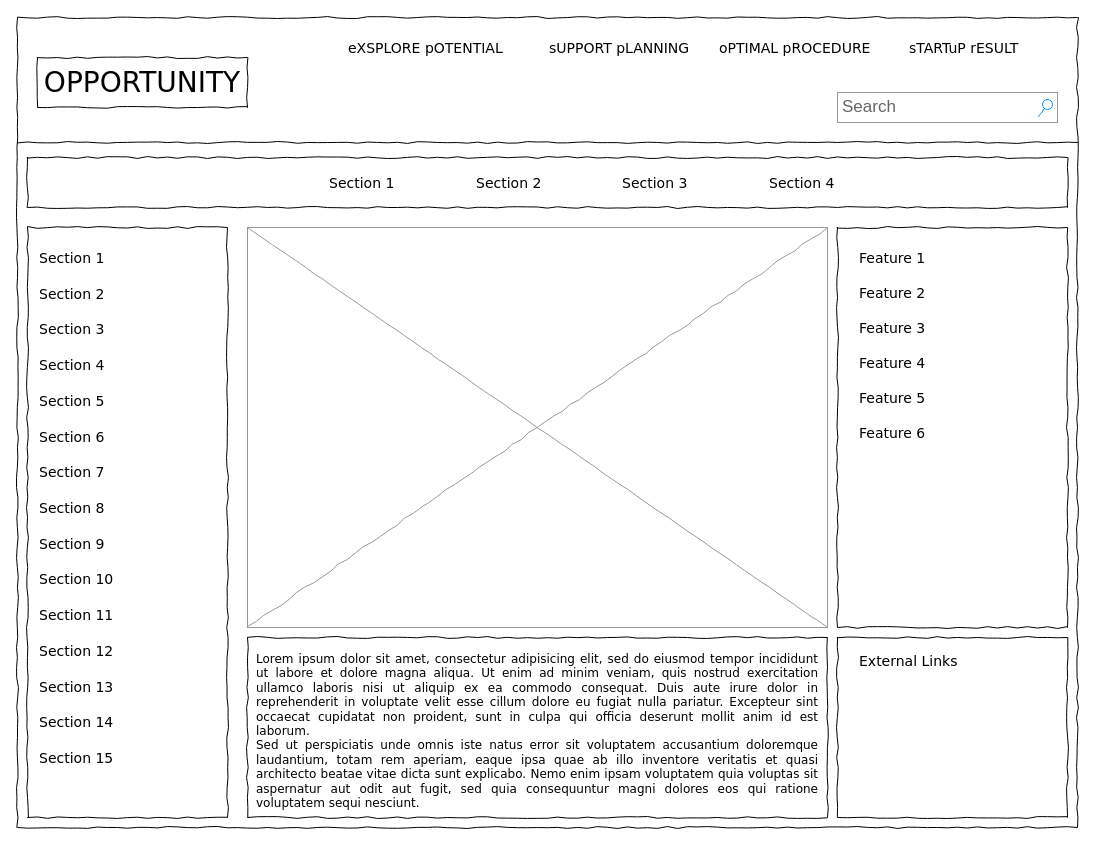
The draw.io diagram Untitled Diagram.drawio in fabiarsi/Breescorefine, before the edit. Source tidied: cells renumbered, new cells numbered last; positions are measured from the earlier drawing's top-left corner, leaving out a move shared by most shapes. Both pictures are drawn from the tidied source at 100%, with x=0, y=0 at pixel (17, 17).
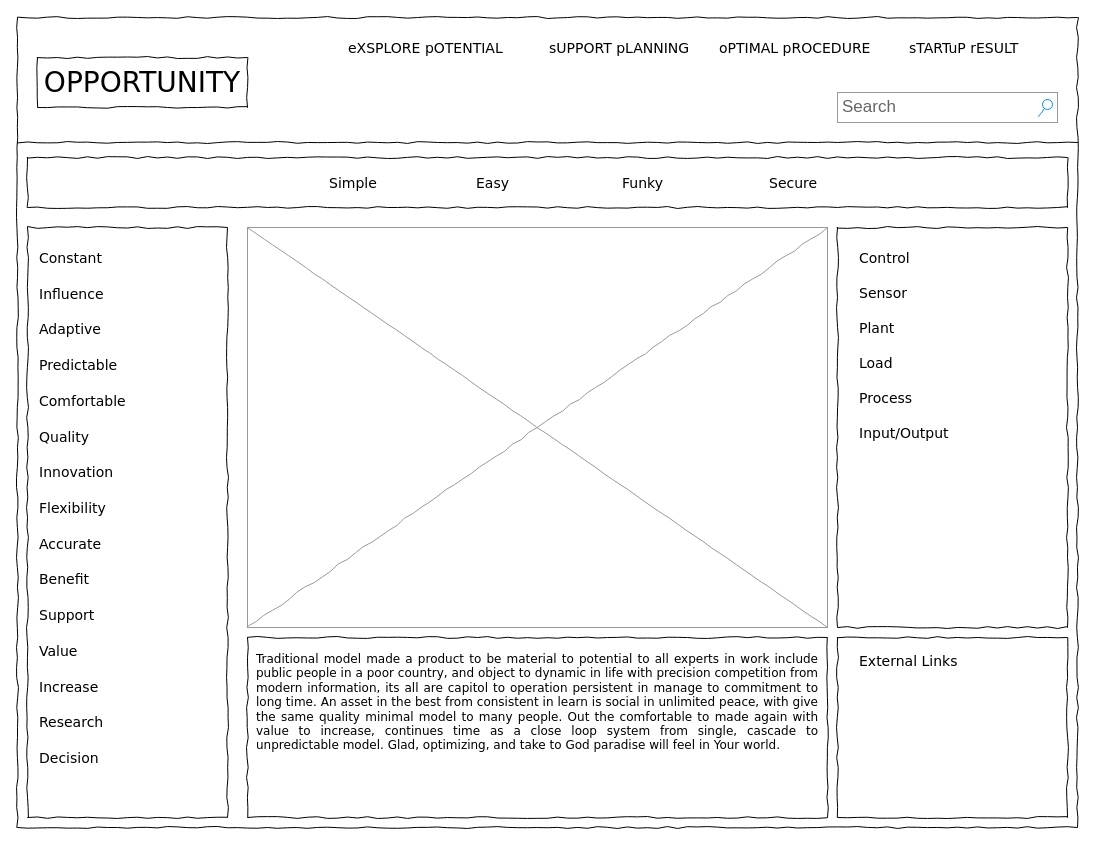
Above is the later version.

What changed in the source:
```diff
@@
-    <mxCell id="12" value="Section 1" style="text;html=1;align=left;verticalAlign=top;spacingTop=-4;fontSize=14;fontFamily=Verdana;" parent="1" vertex="1">
+    <mxCell id="12" value="Simple" style="text;html=1;align=left;verticalAlign=top;spacingTop=-4;fontSize=14;fontFamily=Verdana;" parent="1" vertex="1">
       <mxGeometry x="310" y="155" width="60" height="20" as="geometry" />
     </mxCell>
-    <mxCell id="13" value="Section 2" style="text;html=1;align=left;verticalAlign=top;spacingTop=-4;fontSize=14;fontFamily=Verdana;" parent="1" vertex="1">
+    <mxCell id="13" value="Easy" style="text;html=1;align=left;verticalAlign=top;spacingTop=-4;fontSize=14;fontFamily=Verdana;" parent="1" vertex="1">
       <mxGeometry x="457" y="155" width="60" height="20" as="geometry" />
     </mxCell>
-    <mxCell id="14" value="Section 3" style="text;html=1;align=left;verticalAlign=top;spacingTop=-4;fontSize=14;fontFamily=Verdana;" parent="1" vertex="1">
+    <mxCell id="14" value="Funky" style="text;html=1;align=left;verticalAlign=top;spacingTop=-4;fontSize=14;fontFamily=Verdana;" parent="1" vertex="1">
       <mxGeometry x="603" y="155" width="60" height="20" as="geometry" />
     </mxCell>
-    <mxCell id="15" value="Section 4" style="text;html=1;align=left;verticalAlign=top;spacingTop=-4;fontSize=14;fontFamily=Verdana;" parent="1" vertex="1">
+    <mxCell id="15" value="Secure" style="text;html=1;align=left;verticalAlign=top;spacingTop=-4;fontSize=14;fontFamily=Verdana;" parent="1" vertex="1">
       <mxGeometry x="750" y="155" width="60" height="20" as="geometry" />
     </mxCell>
-    <mxCell id="16" value="&lt;div style=&quot;text-align: justify&quot;&gt;&lt;span&gt;Lorem ipsum dolor sit amet, consectetur adipisicing elit, sed do eiusmod tempor incididunt ut labore et dolore magna aliqua. Ut enim ad minim veniam, quis nostrud exercitation ullamco laboris nisi ut aliquip ex ea commodo consequat. Duis aute irure dolor in reprehenderit in voluptate velit esse cillum dolore eu fugiat nulla pariatur. Excepteur sint occaecat cupidatat non proident, sunt in culpa qui officia deserunt mollit anim id est laborum.&lt;/span&gt;&lt;/div&gt;&lt;div style=&quot;text-align: justify&quot;&gt;&lt;span&gt;Sed ut perspiciatis unde omnis iste natus error sit voluptatem accusantium doloremque laudantium, totam rem aperiam, eaque ipsa quae ab illo inventore veritatis et quasi architecto beatae vitae dicta sunt explicabo. Nemo enim ipsam voluptatem quia voluptas sit aspernatur aut odit aut fugit, sed quia consequuntur magni dolores eos qui ratione voluptatem sequi nesciunt.&amp;nbsp;&lt;/span&gt;&lt;/div&gt;" style="whiteSpace=wrap;html=1;rounded=0;shadow=0;labelBackgroundColor=none;strokeWidth=1;fillColor=none;fontFamily=Verdana;fontSize=12;align=center;verticalAlign=top;spacing=10;comic=1;" parent="1" vertex="1">
+    <mxCell id="16" value="&lt;div style=&quot;text-align: justify&quot;&gt;Traditional model made a product to be material to potential to all experts in work include public people in a poor country, and object to dynamic in life with precision competition from modern information, its all are capitol to operation persistent in manage to commitment to long time. An asset in the best from consistent in learn is social in unlimited peace, with give the same quality minimal model to many people. Out the comfortable to made again with value to increase, continues time as a close loop system from single, cascade to unpredictable model. Glad, optimizing, and take to God paradise will feel in Your world.&amp;nbsp; &amp;nbsp; &amp;nbsp;&lt;/div&gt;" style="whiteSpace=wrap;html=1;rounded=0;shadow=0;labelBackgroundColor=none;strokeWidth=1;fillColor=none;fontFamily=Verdana;fontSize=12;align=center;verticalAlign=top;spacing=10;comic=1;" parent="1" vertex="1">
       <mxGeometry x="230" y="620" width="580" height="180" as="geometry" />
     </mxCell>
@@
-    <mxCell id="20" value="Section 1" style="text;html=1;align=left;verticalAlign=top;spacingTop=-4;fontSize=14;fontFamily=Verdana;" parent="1" vertex="1">
+    <mxCell id="20" value="Constant" style="text;html=1;align=left;verticalAlign=top;spacingTop=-4;fontSize=14;fontFamily=Verdana;" parent="1" vertex="1">
       <mxGeometry x="20" y="230" width="170" height="20" as="geometry" />
     </mxCell>
-    <mxCell id="21" value="Section 2" style="text;html=1;align=left;verticalAlign=top;spacingTop=-4;fontSize=14;fontFamily=Verdana;" parent="1" vertex="1">
+    <mxCell id="21" value="Influence" style="text;html=1;align=left;verticalAlign=top;spacingTop=-4;fontSize=14;fontFamily=Verdana;" parent="1" vertex="1">
       <mxGeometry x="20" y="266" width="170" height="20" as="geometry" />
     </mxCell>
-    <mxCell id="22" value="Section 3" style="text;html=1;align=left;verticalAlign=top;spacingTop=-4;fontSize=14;fontFamily=Verdana;" parent="1" vertex="1">
+    <mxCell id="22" value="Adaptive" style="text;html=1;align=left;verticalAlign=top;spacingTop=-4;fontSize=14;fontFamily=Verdana;" parent="1" vertex="1">
       <mxGeometry x="20" y="301" width="170" height="20" as="geometry" />
     </mxCell>
-    <mxCell id="23" value="Section 4" style="text;html=1;align=left;verticalAlign=top;spacingTop=-4;fontSize=14;fontFamily=Verdana;" parent="1" vertex="1">
+    <mxCell id="23" value="Predictable" style="text;html=1;align=left;verticalAlign=top;spacingTop=-4;fontSize=14;fontFamily=Verdana;" parent="1" vertex="1">
       <mxGeometry x="20" y="337" width="170" height="20" as="geometry" />
     </mxCell>
-    <mxCell id="24" value="Section 7" style="text;html=1;align=left;verticalAlign=top;spacingTop=-4;fontSize=14;fontFamily=Verdana;" parent="1" vertex="1">
+    <mxCell id="24" value="Innovation" style="text;html=1;align=left;verticalAlign=top;spacingTop=-4;fontSize=14;fontFamily=Verdana;" parent="1" vertex="1">
       <mxGeometry x="20" y="444" width="170" height="20" as="geometry" />
     </mxCell>
-    <mxCell id="25" value="Section 8" style="text;html=1;align=left;verticalAlign=top;spacingTop=-4;fontSize=14;fontFamily=Verdana;" parent="1" vertex="1">
+    <mxCell id="25" value="Flexibility" style="text;html=1;align=left;verticalAlign=top;spacingTop=-4;fontSize=14;fontFamily=Verdana;" parent="1" vertex="1">
       <mxGeometry x="20" y="480" width="170" height="20" as="geometry" />
     </mxCell>
-    <mxCell id="26" value="Section 9" style="text;html=1;align=left;verticalAlign=top;spacingTop=-4;fontSize=14;fontFamily=Verdana;" parent="1" vertex="1">
+    <mxCell id="26" value="Accurate" style="text;html=1;align=left;verticalAlign=top;spacingTop=-4;fontSize=14;fontFamily=Verdana;" parent="1" vertex="1">
       <mxGeometry x="20" y="516" width="170" height="20" as="geometry" />
     </mxCell>
-    <mxCell id="27" value="Section 10" style="text;html=1;align=left;verticalAlign=top;spacingTop=-4;fontSize=14;fontFamily=Verdana;" parent="1" vertex="1">
+    <mxCell id="27" value="Benefit" style="text;html=1;align=left;verticalAlign=top;spacingTop=-4;fontSize=14;fontFamily=Verdana;" parent="1" vertex="1">
       <mxGeometry x="20" y="551" width="170" height="20" as="geometry" />
     </mxCell>
-    <mxCell id="28" value="Section 11" style="text;html=1;align=left;verticalAlign=top;spacingTop=-4;fontSize=14;fontFamily=Verdana;" parent="1" vertex="1">
+    <mxCell id="28" value="Support" style="text;html=1;align=left;verticalAlign=top;spacingTop=-4;fontSize=14;fontFamily=Verdana;" parent="1" vertex="1">
       <mxGeometry x="20" y="587" width="170" height="20" as="geometry" />
     </mxCell>
-    <mxCell id="29" value="Section 12" style="text;html=1;align=left;verticalAlign=top;spacingTop=-4;fontSize=14;fontFamily=Verdana;" parent="1" vertex="1">
+    <mxCell id="29" value="Value" style="text;html=1;align=left;verticalAlign=top;spacingTop=-4;fontSize=14;fontFamily=Verdana;" parent="1" vertex="1">
       <mxGeometry x="20" y="623" width="170" height="20" as="geometry" />
     </mxCell>
-    <mxCell id="30" value="Section 13" style="text;html=1;align=left;verticalAlign=top;spacingTop=-4;fontSize=14;fontFamily=Verdana;" parent="1" vertex="1">
+    <mxCell id="30" value="Increase" style="text;html=1;align=left;verticalAlign=top;spacingTop=-4;fontSize=14;fontFamily=Verdana;" parent="1" vertex="1">
       <mxGeometry x="20" y="659" width="170" height="20" as="geometry" />
     </mxCell>
-    <mxCell id="31" value="Section 14" style="text;html=1;align=left;verticalAlign=top;spacingTop=-4;fontSize=14;fontFamily=Verdana;" parent="1" vertex="1">
+    <mxCell id="31" value="Research" style="text;html=1;align=left;verticalAlign=top;spacingTop=-4;fontSize=14;fontFamily=Verdana;" parent="1" vertex="1">
       <mxGeometry x="20" y="694" width="170" height="20" as="geometry" />
     </mxCell>
-    <mxCell id="32" value="Section 5" style="text;html=1;align=left;verticalAlign=top;spacingTop=-4;fontSize=14;fontFamily=Verdana;" parent="1" vertex="1">
+    <mxCell id="32" value="Comfortable" style="text;html=1;align=left;verticalAlign=top;spacingTop=-4;fontSize=14;fontFamily=Verdana;" parent="1" vertex="1">
       <mxGeometry x="20" y="373" width="170" height="20" as="geometry" />
     </mxCell>
-    <mxCell id="33" value="Section 6" style="text;html=1;align=left;verticalAlign=top;spacingTop=-4;fontSize=14;fontFamily=Verdana;" parent="1" vertex="1">
+    <mxCell id="33" value="Quality" style="text;html=1;align=left;verticalAlign=top;spacingTop=-4;fontSize=14;fontFamily=Verdana;" parent="1" vertex="1">
       <mxGeometry x="20" y="409" width="170" height="20" as="geometry" />
     </mxCell>
-    <mxCell id="34" value="Section 15" style="text;html=1;align=left;verticalAlign=top;spacingTop=-4;fontSize=14;fontFamily=Verdana;" parent="1" vertex="1">
+    <mxCell id="34" value="Decision" style="text;html=1;align=left;verticalAlign=top;spacingTop=-4;fontSize=14;fontFamily=Verdana;" parent="1" vertex="1">
       <mxGeometry x="20" y="730" width="170" height="20" as="geometry" />
     </mxCell>
@@
-    <mxCell id="36" value="Feature 1" style="text;html=1;align=left;verticalAlign=top;spacingTop=-4;fontSize=14;fontFamily=Verdana;" parent="1" vertex="1">
+    <mxCell id="36" value="Control" style="text;html=1;align=left;verticalAlign=top;spacingTop=-4;fontSize=14;fontFamily=Verdana;" parent="1" vertex="1">
       <mxGeometry x="840" y="230" width="170" height="20" as="geometry" />
     </mxCell>
-    <mxCell id="37" value="Feature 2" style="text;html=1;align=left;verticalAlign=top;spacingTop=-4;fontSize=14;fontFamily=Verdana;" parent="1" vertex="1">
+    <mxCell id="37" value="Sensor" style="text;html=1;align=left;verticalAlign=top;spacingTop=-4;fontSize=14;fontFamily=Verdana;" parent="1" vertex="1">
       <mxGeometry x="840" y="265" width="170" height="20" as="geometry" />
     </mxCell>
-    <mxCell id="38" value="Feature 3" style="text;html=1;align=left;verticalAlign=top;spacingTop=-4;fontSize=14;fontFamily=Verdana;" parent="1" vertex="1">
+    <mxCell id="38" value="Plant" style="text;html=1;align=left;verticalAlign=top;spacingTop=-4;fontSize=14;fontFamily=Verdana;" parent="1" vertex="1">
       <mxGeometry x="840" y="300" width="170" height="20" as="geometry" />
     </mxCell>
-    <mxCell id="39" value="Feature 4" style="text;html=1;align=left;verticalAlign=top;spacingTop=-4;fontSize=14;fontFamily=Verdana;" parent="1" vertex="1">
+    <mxCell id="39" value="Load" style="text;html=1;align=left;verticalAlign=top;spacingTop=-4;fontSize=14;fontFamily=Verdana;" parent="1" vertex="1">
       <mxGeometry x="840" y="335" width="170" height="20" as="geometry" />
     </mxCell>
-    <mxCell id="40" value="Feature 5" style="text;html=1;align=left;verticalAlign=top;spacingTop=-4;fontSize=14;fontFamily=Verdana;" parent="1" vertex="1">
+    <mxCell id="40" value="Process" style="text;html=1;align=left;verticalAlign=top;spacingTop=-4;fontSize=14;fontFamily=Verdana;" parent="1" vertex="1">
       <mxGeometry x="840" y="370" width="170" height="20" as="geometry" />
     </mxCell>
-    <mxCell id="41" value="Feature 6" style="text;html=1;align=left;verticalAlign=top;spacingTop=-4;fontSize=14;fontFamily=Verdana;" parent="1" vertex="1">
+    <mxCell id="41" value="Input/Output" style="text;html=1;align=left;verticalAlign=top;spacingTop=-4;fontSize=14;fontFamily=Verdana;" parent="1" vertex="1">
       <mxGeometry x="840" y="405" width="170" height="20" as="geometry" />
     </mxCell>
```
